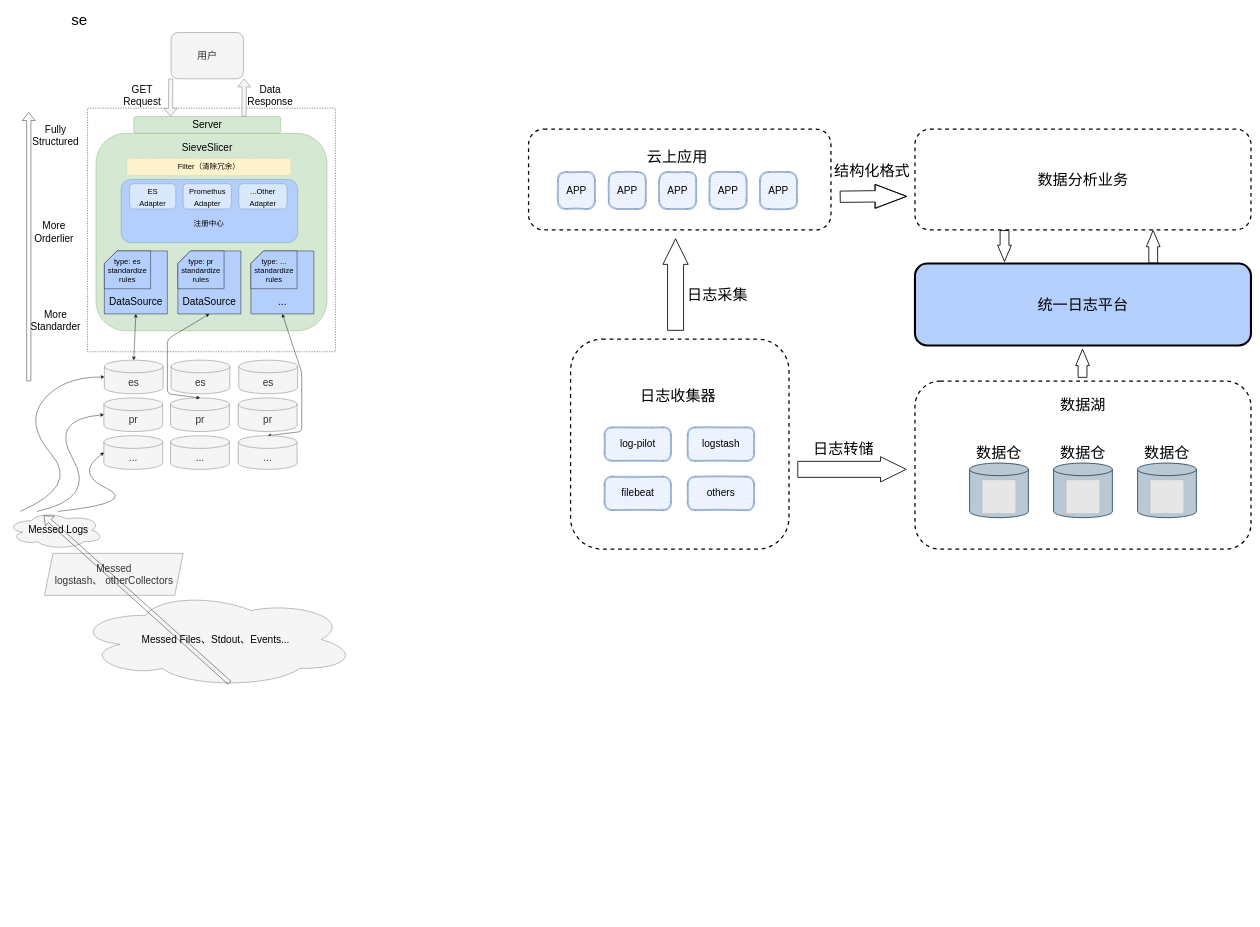
Before: SieveSlicer.drawio in SevDaisy/draw-io-lib, a draw.io diagram. Source tidied: cells renumbered, new cells numbered last; positions are measured from the earlier drawing's top-left corner, leaving out a move shared by most shapes. Both pictures are drawn from the tidied source at 42%, with x=0, y=0 at pixel (7, 7). Pictures stored in the file or linked from it are replaced by grey dashed boxes.
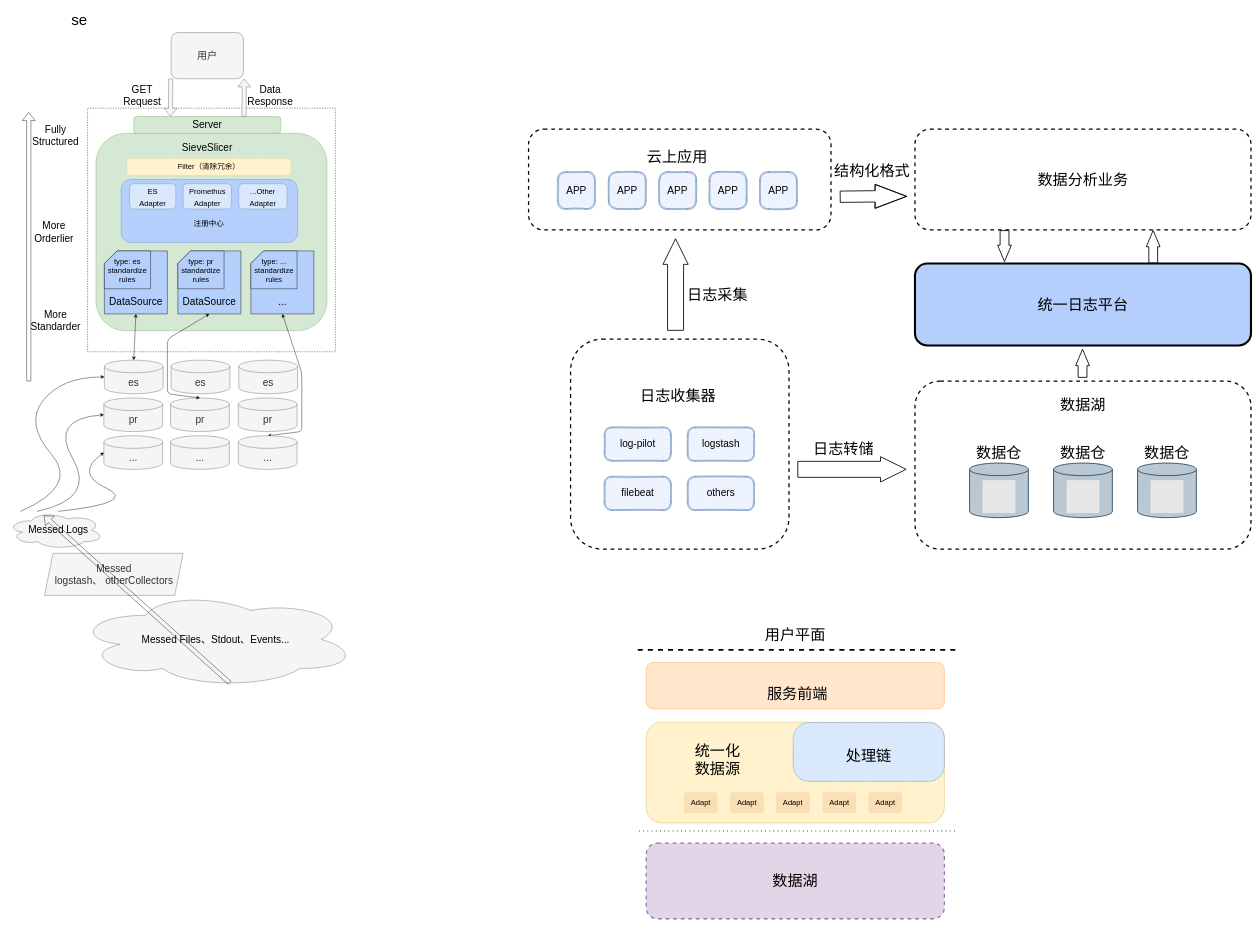
After the change.

What changed in the source:
```diff
@@
+    <mxCell id="107" style="rounded=1;whiteSpace=wrap;html=1;fontFamily=Helvetica;fontSize=12;fillColor=#ffe6cc;strokeWidth=1;strokeColor=#FF9933;" parent="1" vertex="1">
+      <mxGeometry x="1521" y="1560" width="710" height="110" as="geometry" />
+    </mxCell>
+    <mxCell id="108" value="&lt;font style=&quot;font-size: 36px;&quot;&gt;数据湖&lt;/font&gt;" style="rounded=1;whiteSpace=wrap;html=1;strokeColor=#9673a6;strokeWidth=3;fontFamily=Helvetica;fontSize=12;fillColor=#e1d5e7;dashed=1;" parent="1" vertex="1">
+      <mxGeometry x="1521" y="1990" width="710" height="180" as="geometry" />
+    </mxCell>
+    <mxCell id="109" style="endArrow=none;dashed=1;html=1;strokeWidth=4;rounded=0;fontFamily=Helvetica;fontSize=12;fontColor=default;" parent="1" edge="1">
+      <mxGeometry relative="1" as="geometry">
+        <mxPoint x="1501" y="1530" as="sourcePoint" />
+        <mxPoint x="2261" y="1530" as="targetPoint" />
+      </mxGeometry>
+    </mxCell>
+    <mxCell id="110" value="用户平面" style="text;html=1;strokeColor=none;fillColor=none;align=center;verticalAlign=middle;whiteSpace=wrap;rounded=0;dashed=1;strokeWidth=3;fontFamily=Helvetica;fontSize=36;fontColor=default;" parent="1" vertex="1">
+      <mxGeometry x="1776" y="1460" width="200" height="70" as="geometry" />
+    </mxCell>
+    <mxCell id="111" style="group;" parent="1" vertex="1">
+      <mxGeometry x="1521" y="1702" width="710" height="240" as="geometry" />
+    </mxCell>
+    <mxCell id="112" style="rounded=1;whiteSpace=wrap;html=1;strokeColor=#d6b656;strokeWidth=1;fontFamily=Helvetica;fontSize=12;fillColor=#fff2cc;" parent="111" vertex="1">
+      <mxGeometry width="710" height="240" as="geometry" />
+    </mxCell>
+    <mxCell id="113" style="rounded=1;whiteSpace=wrap;html=1;strokeColor=#6c8ebf;strokeWidth=2;fontFamily=Helvetica;fontSize=12;fillColor=#dae8fc;arcSize=27;dashed=1;dashPattern=1 1;" parent="111" vertex="1">
+      <mxGeometry x="350" y="1" width="360" height="140" as="geometry" />
+    </mxCell>
+    <mxCell id="114" value="&lt;font style=&quot;font-size: 18px;&quot;&gt;Adapt&lt;/font&gt;" style="rounded=1;whiteSpace=wrap;html=1;dashed=1;strokeColor=none;strokeWidth=3;fontFamily=Helvetica;fontSize=12;fillColor=#FADEB4;" parent="111" vertex="1">
+      <mxGeometry x="90" y="167" width="80" height="50" as="geometry" />
+    </mxCell>
+    <mxCell id="115" value="&lt;span style=&quot;font-size: 18px;&quot;&gt;Adapt&lt;/span&gt;" style="rounded=1;whiteSpace=wrap;html=1;dashed=1;strokeColor=none;strokeWidth=3;fontFamily=Helvetica;fontSize=12;fillColor=#FADEB4;" parent="111" vertex="1">
+      <mxGeometry x="200" y="167" width="80" height="50" as="geometry" />
+    </mxCell>
+    <mxCell id="116" value="&lt;span style=&quot;font-size: 18px;&quot;&gt;Adapt&lt;/span&gt;" style="rounded=1;whiteSpace=wrap;html=1;dashed=1;strokeColor=none;strokeWidth=3;fontFamily=Helvetica;fontSize=12;fontColor=default;fillColor=#FADEB4;gradientColor=none;" parent="111" vertex="1">
+      <mxGeometry x="309" y="167" width="81" height="50" as="geometry" />
+    </mxCell>
+    <mxCell id="117" value="&lt;span style=&quot;font-size: 18px;&quot;&gt;Adapt&lt;/span&gt;" style="rounded=1;whiteSpace=wrap;html=1;dashed=1;strokeColor=none;strokeWidth=3;fontFamily=Helvetica;fontSize=12;fontColor=default;fillColor=#FADEB4;gradientColor=none;" parent="111" vertex="1">
+      <mxGeometry x="420" y="167" width="80" height="50" as="geometry" />
+    </mxCell>
+    <mxCell id="118" value="&lt;span style=&quot;font-size: 18px;&quot;&gt;Adapt&lt;/span&gt;" style="rounded=1;whiteSpace=wrap;html=1;dashed=1;strokeColor=none;strokeWidth=3;fontFamily=Helvetica;fontSize=12;fontColor=default;fillColor=#FADEB4;gradientColor=none;" parent="111" vertex="1">
+      <mxGeometry x="529" y="167" width="81" height="50" as="geometry" />
+    </mxCell>
+    <mxCell id="119" value="统一化&lt;br&gt;数据源" style="text;html=1;strokeColor=none;fillColor=none;align=center;verticalAlign=middle;whiteSpace=wrap;rounded=0;dashed=1;strokeWidth=3;fontFamily=Helvetica;fontSize=36;fontColor=default;" parent="111" vertex="1">
+      <mxGeometry x="90" y="58" width="160" height="62" as="geometry" />
+    </mxCell>
+    <mxCell id="120" value="处理链" style="text;html=1;strokeColor=none;fillColor=none;align=center;verticalAlign=middle;whiteSpace=wrap;rounded=0;dashed=1;strokeWidth=3;fontFamily=Helvetica;fontSize=36;fontColor=default;" parent="111" vertex="1">
+      <mxGeometry x="450" y="48" width="160" height="62" as="geometry" />
+    </mxCell>
+    <mxCell id="121" value="服务前端" style="text;html=1;strokeColor=none;fillColor=none;align=center;verticalAlign=middle;whiteSpace=wrap;rounded=0;dashed=1;strokeWidth=3;fontFamily=Helvetica;fontSize=36;fontColor=default;" parent="1" vertex="1">
+      <mxGeometry x="1791" y="1615" width="180" height="40" as="geometry" />
+    </mxCell>
+    <mxCell id="122" style="endArrow=none;dashed=1;html=1;strokeWidth=2;rounded=0;fontFamily=Helvetica;fontSize=12;fontColor=default;dashPattern=1 4;" parent="1" edge="1">
+      <mxGeometry relative="1" as="geometry">
+        <mxPoint x="1504" y="1961" as="sourcePoint" />
+        <mxPoint x="2264" y="1961" as="targetPoint" />
+      </mxGeometry>
+    </mxCell>
```
